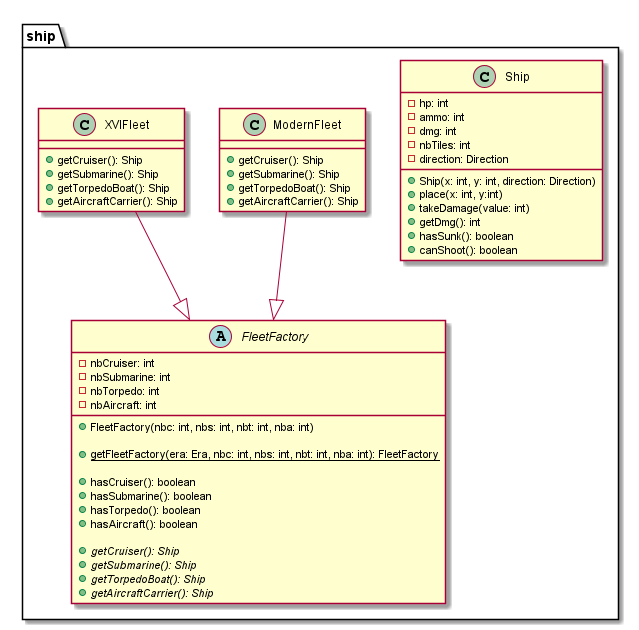
Before: doc/conception/image/class/bateau.png, a diagram exported from PlantUML (Reynault/ShipShop).
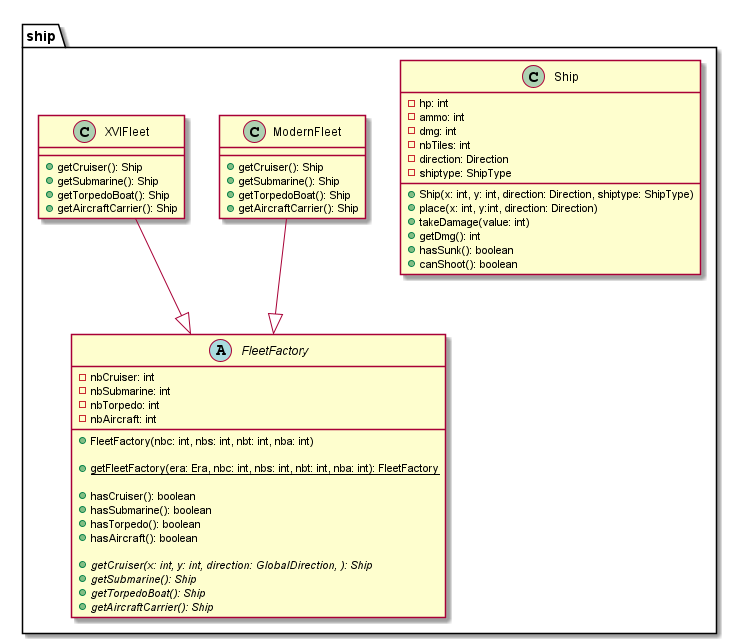
After the change.

The edit, as a diff of the source:
```diff
@@ -8,8 +8,9 @@
         - dmg: int
         - nbTiles: int
         - direction: Direction
-        + Ship(x: int, y: int, direction: Direction)
-        + place(x: int, y:int)
+        - shiptype: ShipType
+        + Ship(x: int, y: int, direction: Direction, shiptype: ShipType)
+        + place(x: int, y:int, direction: Direction)
         + takeDamage(value: int)
         + getDmg(): int
         + hasSunk(): boolean
@@ -31,7 +32,7 @@
         + hasTorpedo(): boolean
         + hasAircraft(): boolean
 
-        + {abstract} getCruiser(): Ship
+        + {abstract} getCruiser(x: int, y: int, direction: GlobalDirection, ): Ship
         + {abstract} getSubmarine(): Ship
         + {abstract} getTorpedoBoat(): Ship
         + {abstract} getAircraftCarrier(): Ship
```
